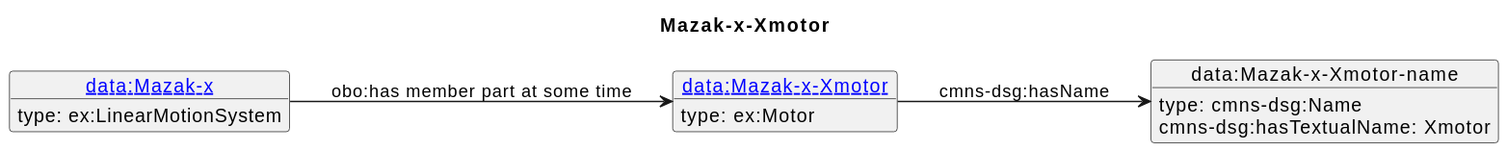
Above: diagrams/Mazak-x-Xmotor.svg in iofoundry/example-syseng-mtconnect (PlantUML), before the change.
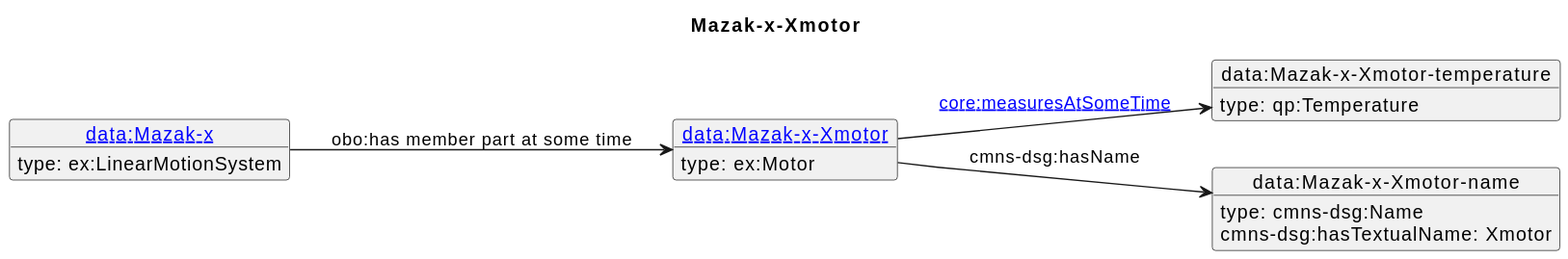
After the commit.

Change to the diagram source:
```diff
@@ -5,13 +5,17 @@
 object "[[./Mazak-x-Xmotor.html data:Mazak-x-Xmotor]]" as o1 {
  type: ex:Motor
 }
-object "data:Mazak-x-Xmotor-name" as o2 {
+object "data:Mazak-x-Xmotor-temperature" as o2 {
+ type: qp:Temperature
+}
+object "data:Mazak-x-Xmotor-name" as o3 {
  type: cmns-dsg:Name
 }
-object "[[./Mazak-x.html data:Mazak-x]]" as o3 {
+object "[[./Mazak-x.html data:Mazak-x]]" as o4 {
  type: ex:LinearMotionSystem
 }
-o1 --> o2 : cmns-dsg:hasName
-o2 : cmns-dsg:hasTextualName: Xmotor
-o3 --> o1 : obo:has member part at some time
+o1 --> o2 : [[https://spec.industrialontologies.org/ontology/core/Core/measuresAtSomeTime core:measuresAtSomeTime]]
+o1 --> o3 : cmns-dsg:hasName
+o3 : cmns-dsg:hasTextualName: Xmotor
+o4 --> o1 : obo:has member part at some time
 @enduml
```
